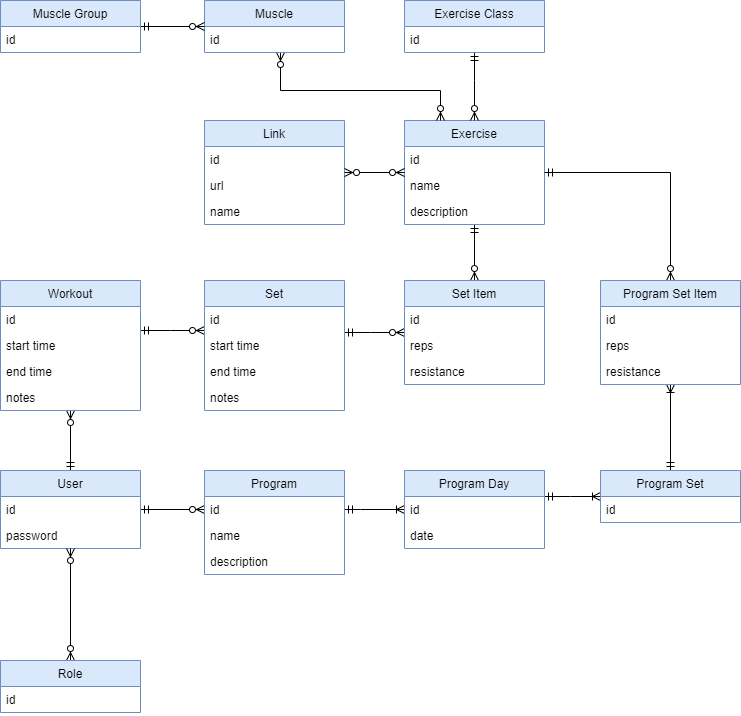
Above: documentation/entities.png in toivjon/max-pondus (draw.io), before the change. Source tidied: cells renumbered, new cells last; positions are measured from the earlier drawing's top-left corner, leaving out a move shared by most shapes.
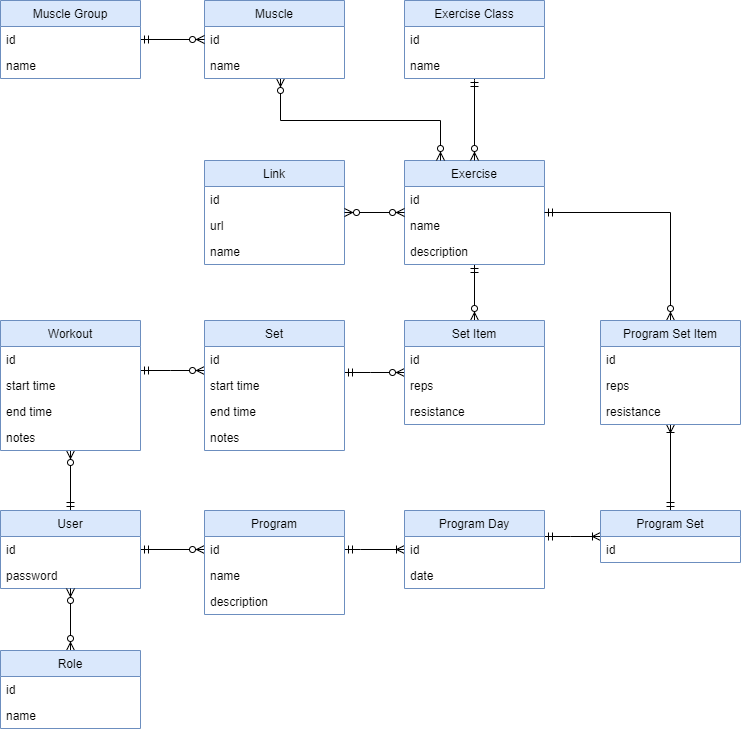
The same file after the commit.

Commit message:
Added couple name fields to entity diagram.

What changed in the source:
```diff
@@ -26,11 +26,14 @@
       <mxGeometry relative="1" as="geometry" />
     </mxCell>
     <mxCell id="8" value="Role" style="swimlane;fontStyle=0;horizontal=1;startSize=26;fillColor=#dae8fc;strokeColor=#6c8ebf;" parent="1" vertex="1">
-      <mxGeometry y="660" width="140" height="52" as="geometry" />
+      <mxGeometry y="610" width="140" height="78" as="geometry" />
     </mxCell>
     <mxCell id="9" value="id" style="text;strokeColor=none;fillColor=none;align=left;verticalAlign=top;spacingLeft=4;spacingRight=4;overflow=hidden;" parent="8" vertex="1">
       <mxGeometry y="26" width="140" height="26" as="geometry" />
     </mxCell>
+    <mxCell id="62" value="name" style="text;strokeColor=none;fillColor=none;align=left;verticalAlign=top;spacingLeft=4;spacingRight=4;overflow=hidden;" parent="8" vertex="1">
+      <mxGeometry y="52" width="140" height="26" as="geometry" />
+    </mxCell>
     <mxCell id="10" style="edgeStyle=orthogonalEdgeStyle;rounded=0;jettySize=auto;html=1;startArrow=ERmandOne;startFill=0;endArrow=ERzeroToMany;endFill=1;" parent="1" edge="1" source="11" target="38">
       <mxGeometry relative="1" as="geometry" />
     </mxCell>
@@ -68,31 +71,37 @@
     <mxCell id="20" style="edgeStyle=orthogonalEdgeStyle;rounded=0;jettySize=auto;html=1;startArrow=ERzeroToMany;startFill=1;endArrow=ERzeroToMany;endFill=1;" parent="1" edge="1" source="21" target="11">
       <mxGeometry relative="1" as="geometry">
         <Array as="points">
-          <mxPoint x="280" y="90" />
-          <mxPoint x="440" y="90" />
+          <mxPoint x="280" y="80" />
+          <mxPoint x="440" y="80" />
         </Array>
       </mxGeometry>
     </mxCell>
     <mxCell id="21" value="Muscle" style="swimlane;fontStyle=0;horizontal=1;startSize=26;fillColor=#dae8fc;strokeColor=#6c8ebf;" parent="1" vertex="1">
-      <mxGeometry x="204" width="140" height="52" as="geometry" />
+      <mxGeometry x="204" y="-40" width="140" height="78" as="geometry" />
     </mxCell>
     <mxCell id="22" value="id" style="text;strokeColor=none;fillColor=none;align=left;verticalAlign=top;spacingLeft=4;spacingRight=4;overflow=hidden;" parent="21" vertex="1">
       <mxGeometry y="26" width="140" height="26" as="geometry" />
     </mxCell>
+    <mxCell id="63" value="name" style="text;strokeColor=none;fillColor=none;align=left;verticalAlign=top;spacingLeft=4;spacingRight=4;overflow=hidden;" parent="21" vertex="1">
+      <mxGeometry y="52" width="140" height="26" as="geometry" />
+    </mxCell>
     <mxCell id="23" style="edgeStyle=orthogonalEdgeStyle;rounded=0;jettySize=auto;html=1;startArrow=ERmandOne;startFill=0;endArrow=ERzeroToMany;endFill=1;" parent="1" edge="1" source="24" target="11">
       <mxGeometry relative="1" as="geometry">
         <Array as="points">
-          <mxPoint x="474" y="80" />
-          <mxPoint x="474" y="80" />
+          <mxPoint x="474" y="40" />
+          <mxPoint x="474" y="40" />
         </Array>
       </mxGeometry>
     </mxCell>
     <mxCell id="24" value="Exercise Class" style="swimlane;fontStyle=0;horizontal=1;startSize=26;fillColor=#dae8fc;strokeColor=#6c8ebf;" parent="1" vertex="1">
-      <mxGeometry x="404" width="140" height="52" as="geometry" />
+      <mxGeometry x="404" y="-40" width="140" height="78" as="geometry" />
     </mxCell>
     <mxCell id="25" value="id" style="text;strokeColor=none;fillColor=none;align=left;verticalAlign=top;spacingLeft=4;spacingRight=4;overflow=hidden;" parent="24" vertex="1">
       <mxGeometry y="26" width="140" height="26" as="geometry" />
     </mxCell>
+    <mxCell id="64" value="name" style="text;strokeColor=none;fillColor=none;align=left;verticalAlign=top;spacingLeft=4;spacingRight=4;overflow=hidden;" parent="24" vertex="1">
+      <mxGeometry y="52" width="140" height="26" as="geometry" />
+    </mxCell>
     <mxCell id="26" style="edgeStyle=orthogonalEdgeStyle;rounded=0;jettySize=auto;html=1;startArrow=ERmandOne;startFill=0;endArrow=ERzeroToMany;endFill=1;" parent="1" edge="1" source="27" target="33">
       <mxGeometry relative="1" as="geometry">
         <Array as="points">
@@ -155,11 +164,14 @@
       <mxGeometry relative="1" as="geometry" />
     </mxCell>
     <mxCell id="43" value="Muscle Group" style="swimlane;fontStyle=0;horizontal=1;startSize=26;fillColor=#dae8fc;strokeColor=#6c8ebf;" parent="1" vertex="1">
-      <mxGeometry width="140" height="52" as="geometry" />
+      <mxGeometry y="-40" width="140" height="78" as="geometry" />
     </mxCell>
     <mxCell id="44" value="id" style="text;strokeColor=none;fillColor=none;align=left;verticalAlign=top;spacingLeft=4;spacingRight=4;overflow=hidden;" parent="43" vertex="1">
       <mxGeometry y="26" width="140" height="26" as="geometry" />
     </mxCell>
+    <mxCell id="65" value="name" style="text;strokeColor=none;fillColor=none;align=left;verticalAlign=top;spacingLeft=4;spacingRight=4;overflow=hidden;" parent="43" vertex="1">
+      <mxGeometry y="52" width="140" height="26" as="geometry" />
+    </mxCell>
     <mxCell id="45" style="edgeStyle=orthogonalEdgeStyle;rounded=0;jettySize=auto;html=1;startArrow=ERmandOne;startFill=0;endArrow=ERoneToMany;endFill=0;" parent="1" edge="1" source="46" target="51">
       <mxGeometry relative="1" as="geometry">
         <Array as="points">
```
